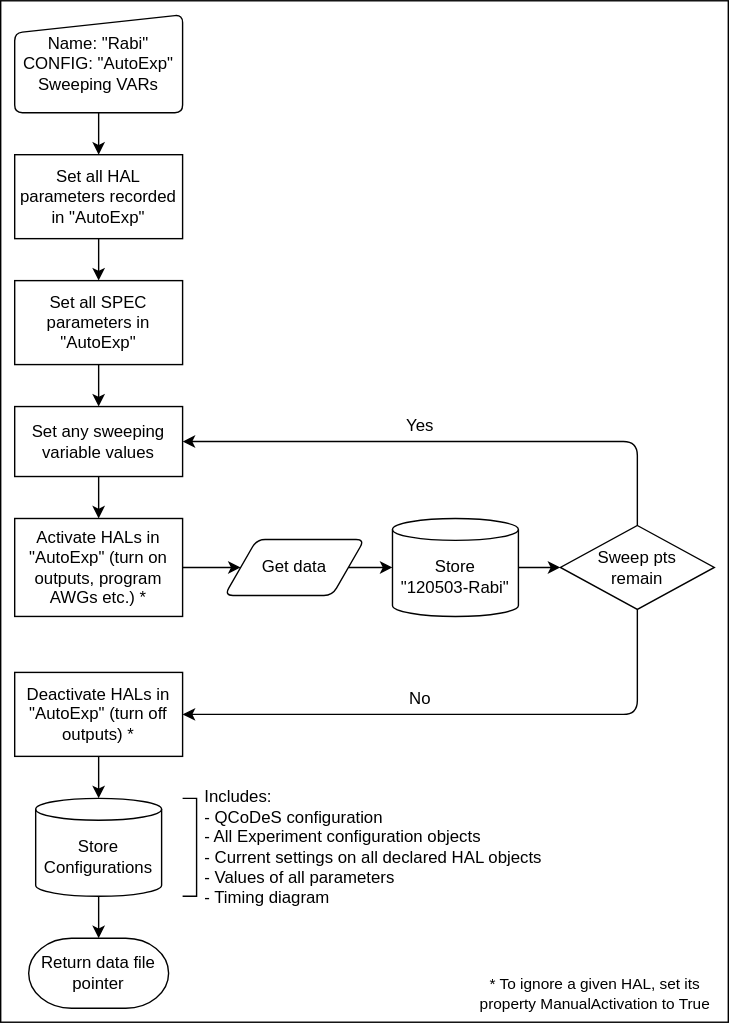
Before: docs/User/Exp_Overview_Run.drawio.svg, a diagram exported from draw.io (sqdlab/SQDToolz). Source tidied: cells renumbered, new cells last; positions are measured from the earlier drawing's top-left corner, leaving out a move shared by most shapes.
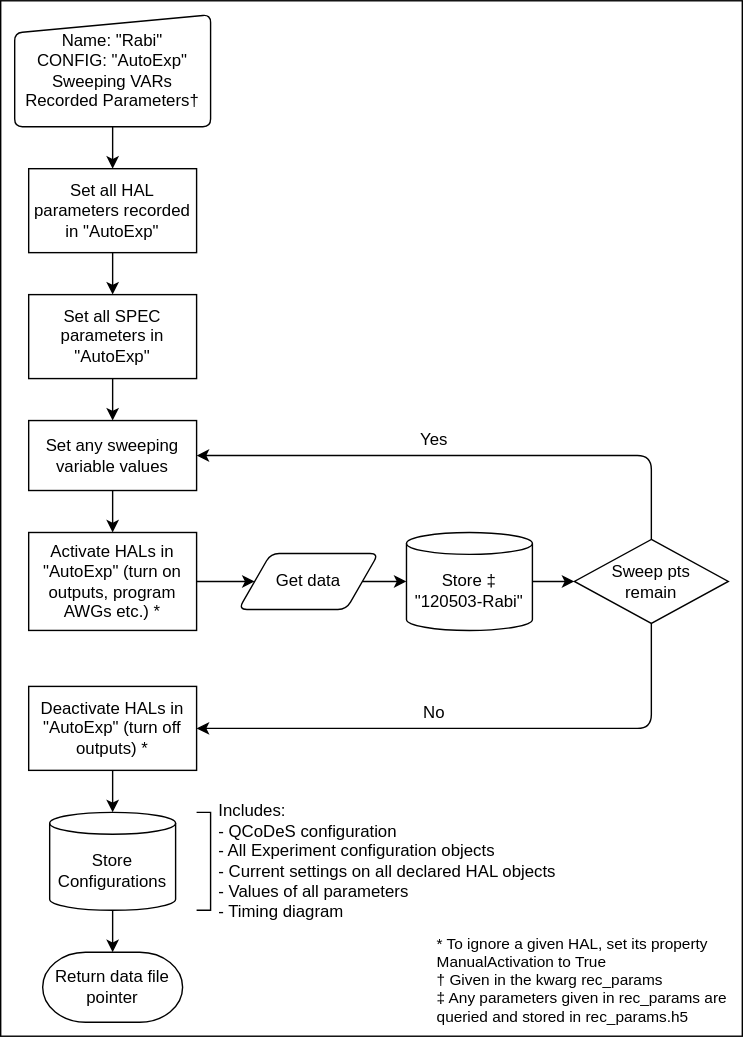
Later version of the same file.

Commit message:
Updated documentation for rec_params.

Diff of the diagram source:
```diff
@@ -3,7 +3,7 @@
     <mxCell id="0" />
     <mxCell id="1" parent="0" />
     <mxCell id="2" style="rounded=0;whiteSpace=wrap;html=1;strokeWidth=1;" parent="1" vertex="1">
-      <mxGeometry width="520" height="730" as="geometry" />
+      <mxGeometry x="-10" y="-10" width="530" height="740" as="geometry" />
     </mxCell>
     <mxCell id="3" style="edgeStyle=none;html=1;exitX=0.5;exitY=1;exitDx=0;exitDy=0;" parent="1" edge="1" source="4" target="29">
       <mxGeometry relative="1" as="geometry" />
@@ -26,7 +26,7 @@
     <mxCell id="9" style="edgeStyle=none;html=1;exitX=1;exitY=0.5;exitDx=0;exitDy=0;exitPerimeter=0;entryX=0;entryY=0.5;entryDx=0;entryDy=0;entryPerimeter=0;" parent="1" edge="1" source="10" target="13">
       <mxGeometry relative="1" as="geometry" />
     </mxCell>
-    <mxCell id="10" value="Store&lt;br&gt;&quot;120503-Rabi&quot;" style="shape=cylinder3;whiteSpace=wrap;html=1;boundedLbl=1;backgroundOutline=1;size=7.810756138392833;" parent="1" vertex="1">
+    <mxCell id="10" value="Store ‡&lt;br&gt;&quot;120503-Rabi&quot;" style="shape=cylinder3;whiteSpace=wrap;html=1;boundedLbl=1;backgroundOutline=1;size=7.810756138392833;" parent="1" vertex="1">
       <mxGeometry x="280" y="370" width="90" height="70" as="geometry" />
     </mxCell>
     <mxCell id="11" style="edgeStyle=none;html=1;exitX=0.5;exitY=0;exitDx=0;exitDy=0;exitPerimeter=0;entryX=1;entryY=0.5;entryDx=0;entryDy=0;" parent="1" edge="1" source="13" target="6">
@@ -49,8 +49,8 @@
     <mxCell id="14" style="edgeStyle=none;html=1;exitX=0.5;exitY=1;exitDx=0;exitDy=0;entryX=0.5;entryY=0;entryDx=0;entryDy=0;" parent="1" edge="1" source="15" target="4">
       <mxGeometry relative="1" as="geometry" />
     </mxCell>
-    <mxCell id="15" value="&lt;span&gt;Name: &quot;Rabi&quot;&lt;/span&gt;&lt;br&gt;&lt;span&gt;CONFIG: &quot;AutoExp&quot;&lt;br&gt;&lt;/span&gt;Sweeping VARs&lt;span&gt;&lt;br&gt;&lt;/span&gt;" style="html=1;strokeWidth=1;shape=manualInput;whiteSpace=wrap;rounded=1;size=13;arcSize=11;" parent="1" vertex="1">
-      <mxGeometry x="10" y="10" width="120" height="70" as="geometry" />
+    <mxCell id="15" value="&lt;span&gt;Name: &quot;Rabi&quot;&lt;/span&gt;&lt;br&gt;&lt;span&gt;CONFIG: &quot;AutoExp&quot;&lt;br&gt;&lt;/span&gt;Sweeping VARs&lt;br&gt;&lt;span&gt;Recorded Parameters†&lt;br&gt;&lt;/span&gt;" style="html=1;strokeWidth=1;shape=manualInput;whiteSpace=wrap;rounded=1;size=13;arcSize=11;" parent="1" vertex="1">
+      <mxGeometry width="140" height="80" as="geometry" />
     </mxCell>
     <mxCell id="16" style="edgeStyle=none;html=1;exitX=1;exitY=0.5;exitDx=0;exitDy=0;entryX=0;entryY=0.5;entryDx=0;entryDy=0;entryPerimeter=0;" parent="1" edge="1" source="17" target="10">
       <mxGeometry relative="1" as="geometry" />
@@ -85,8 +85,8 @@
     <mxCell id="26" value="Includes:&lt;br&gt;&amp;nbsp; &amp;nbsp;- QCoDeS configuration&lt;br&gt;&amp;nbsp; &amp;nbsp;- All Experiment configuration objects&lt;br&gt;&amp;nbsp; &amp;nbsp;- Current settings on all declared HAL objects&lt;br&gt;&amp;nbsp; &amp;nbsp;- Values of all parameters&lt;br&gt;&amp;nbsp; &amp;nbsp;- Timing diagram" style="text;html=1;strokeColor=none;fillColor=none;align=left;verticalAlign=middle;whiteSpace=wrap;rounded=0;" parent="1" vertex="1">
       <mxGeometry x="144" y="570" width="270" height="70" as="geometry" />
     </mxCell>
-    <mxCell id="27" value="* To ignore a given HAL, set its property ManualActivation to True" style="text;html=1;strokeColor=none;fillColor=none;align=center;verticalAlign=middle;whiteSpace=wrap;rounded=0;fontSize=11;" parent="1" vertex="1">
-      <mxGeometry x="340" y="700" width="170" height="20" as="geometry" />
+    <mxCell id="27" value="&lt;div&gt;&lt;span&gt;* To ignore a given HAL, set its property ManualActivation to True&lt;/span&gt;&lt;/div&gt;&lt;div&gt;&lt;span&gt;† Given in the kwarg rec_params&lt;/span&gt;&lt;/div&gt;&lt;div&gt;&lt;span&gt;‡ Any parameters given in rec_params are queried and stored in rec_params.h5&lt;/span&gt;&lt;/div&gt;" style="text;html=1;strokeColor=none;fillColor=none;align=left;verticalAlign=middle;whiteSpace=wrap;rounded=0;fontSize=11;" parent="1" vertex="1">
+      <mxGeometry x="300" y="650" width="210" height="80" as="geometry" />
     </mxCell>
     <mxCell id="28" style="edgeStyle=none;html=1;exitX=0.5;exitY=1;exitDx=0;exitDy=0;entryX=0.5;entryY=0;entryDx=0;entryDy=0;" parent="1" edge="1" source="29" target="6">
       <mxGeometry relative="1" as="geometry" />
```
